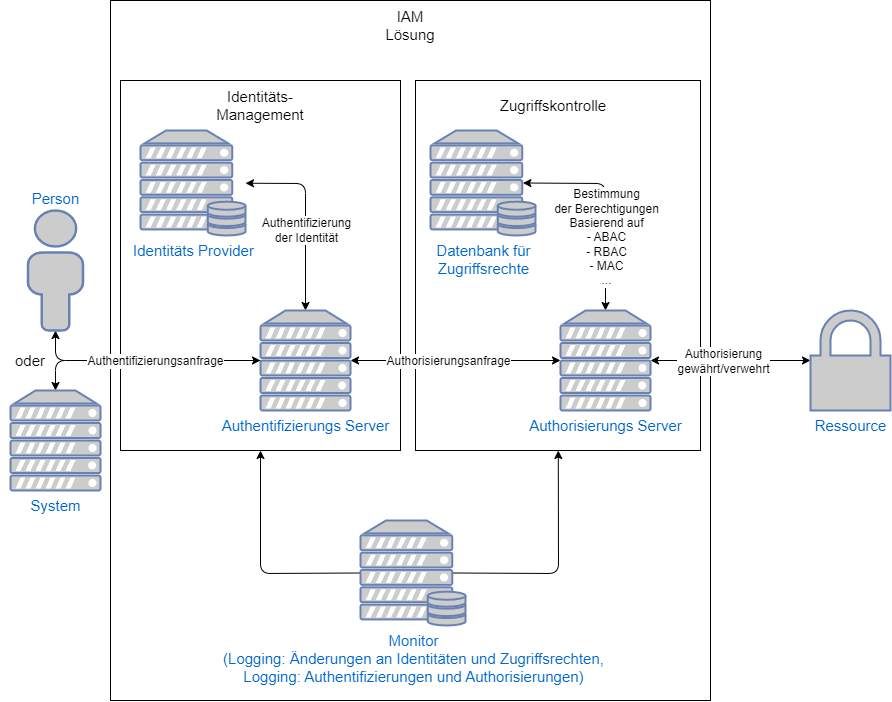
Before: seminararbeit/assets/accessmanagement2.png, a diagram exported from draw.io (m-heim/IT-GRC). Source tidied: cells renumbered, new cells last; positions are measured from the earlier drawing's top-left corner, leaving out a move shared by most shapes.
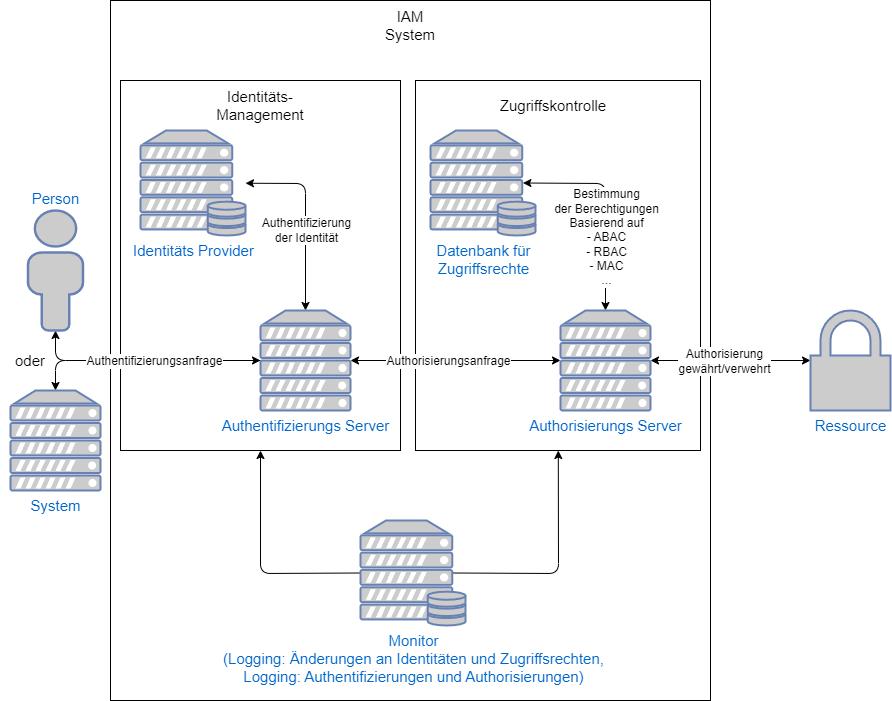
After the change.

What changed in the source:
```diff
@@ -117,7 +117,7 @@
     <mxCell id="28" value="Zugriffskontrolle" style="text;html=1;strokeColor=none;fillColor=none;align=center;verticalAlign=middle;whiteSpace=wrap;rounded=0;fontSize=15;" parent="1" vertex="1">
       <mxGeometry x="522.5" y="90" width="60" height="30" as="geometry" />
     </mxCell>
-    <mxCell id="29" value="IAM Lösung" style="text;html=1;strokeColor=none;fillColor=none;align=center;verticalAlign=middle;whiteSpace=wrap;rounded=0;fontSize=15;" parent="1" vertex="1">
+    <mxCell id="29" value="IAM System" style="text;html=1;strokeColor=none;fillColor=none;align=center;verticalAlign=middle;whiteSpace=wrap;rounded=0;fontSize=15;" parent="1" vertex="1">
       <mxGeometry x="380" y="10" width="60" height="30" as="geometry" />
     </mxCell>
   </root>
```
